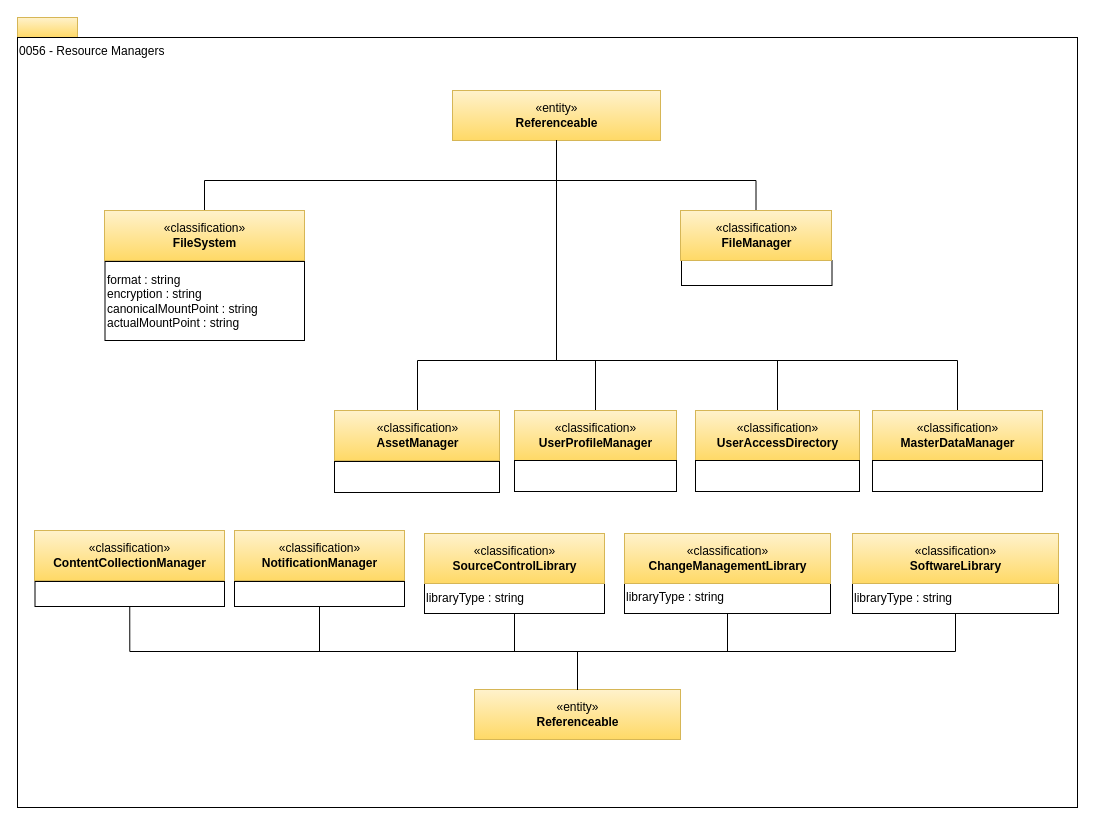
Above: page "0056-Resource-Managers" (26 of 29) of site/docs/types/0/area-0-basic-types-and-infrastructure.drawio in odpi/egeria-docs (draw.io), before the change. Source tidied: cells renumbered, new cells numbered last; positions are measured from the earlier drawing's top-left corner, leaving out a move shared by most shapes. Both pictures are drawn from the tidied source at 100%, with x=0, y=0 at pixel (17, 17).
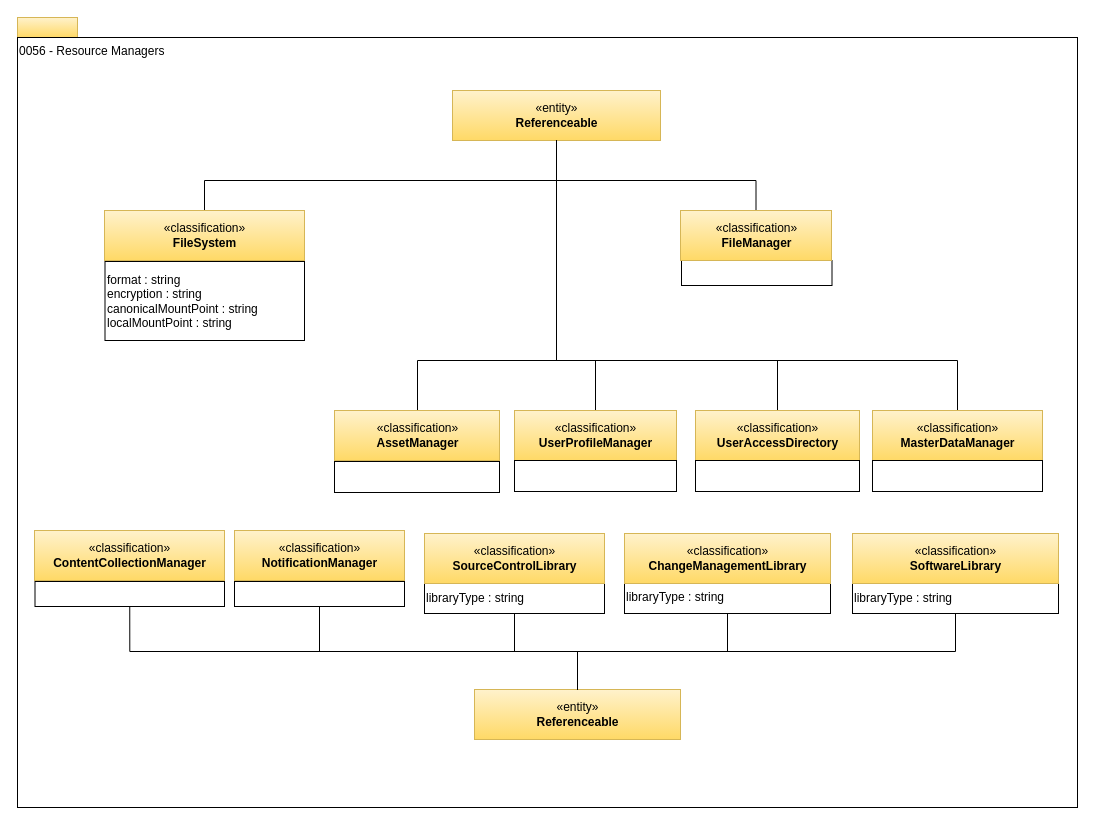
After the change.

Change to the diagram source:
```diff
@@
-    <mxCell id="18" value="format : string&lt;br&gt;encryption : string&lt;div&gt;canonicalMountPoint : string&lt;br&gt;&lt;/div&gt;&lt;div&gt;actualMountPoint : string&lt;/div&gt;" style="rounded=0;whiteSpace=wrap;html=1;strokeColor=#000000;gradientColor=#ffffff;align=left;" parent="1" vertex="1">
+    <mxCell id="18" value="format : string&lt;br&gt;encryption : string&lt;div&gt;canonicalMountPoint : string&lt;br&gt;&lt;/div&gt;&lt;div&gt;localMountPoint : string&lt;/div&gt;" style="rounded=0;whiteSpace=wrap;html=1;strokeColor=#000000;gradientColor=#ffffff;align=left;" parent="1" vertex="1">
       <mxGeometry x="87.5" y="244" width="199.5" height="79" as="geometry" />
     </mxCell>
```
